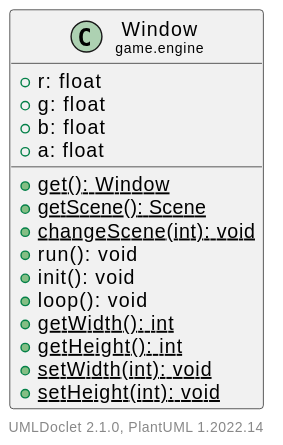
The PlantUML diagram doc/javadoc/game/engine/Window.svg in Hirschiii/JavaGameEngine, before a commit.
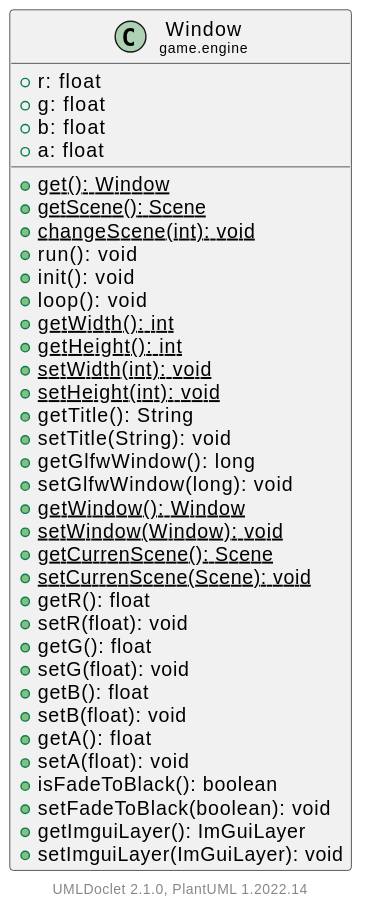
After the commit.

The edit, as a diff of the source:
```diff
@@ -18,6 +18,26 @@
         {static} +getHeight(): int
         {static} +setWidth(int): void
         {static} +setHeight(int): void
+        +getTitle(): String
+        +setTitle(String): void
+        +getGlfwWindow(): long
+        +setGlfwWindow(long): void
+        {static} +getWindow(): Window
+        {static} +setWindow(Window): void
+        {static} +getCurrenScene(): Scene
+        {static} +setCurrenScene(Scene): void
+        +getR(): float
+        +setR(float): void
+        +getG(): float
+        +setG(float): void
+        +getB(): float
+        +setB(float): void
+        +getA(): float
+        +setA(float): void
+        +isFadeToBlack(): boolean
+        +setFadeToBlack(boolean): void
+        +getImguiLayer(): ImGuiLayer
+        +setImguiLayer(ImGuiLayer): void
     }
 
     center footer UMLDoclet 2.1.0, PlantUML %version()
```
